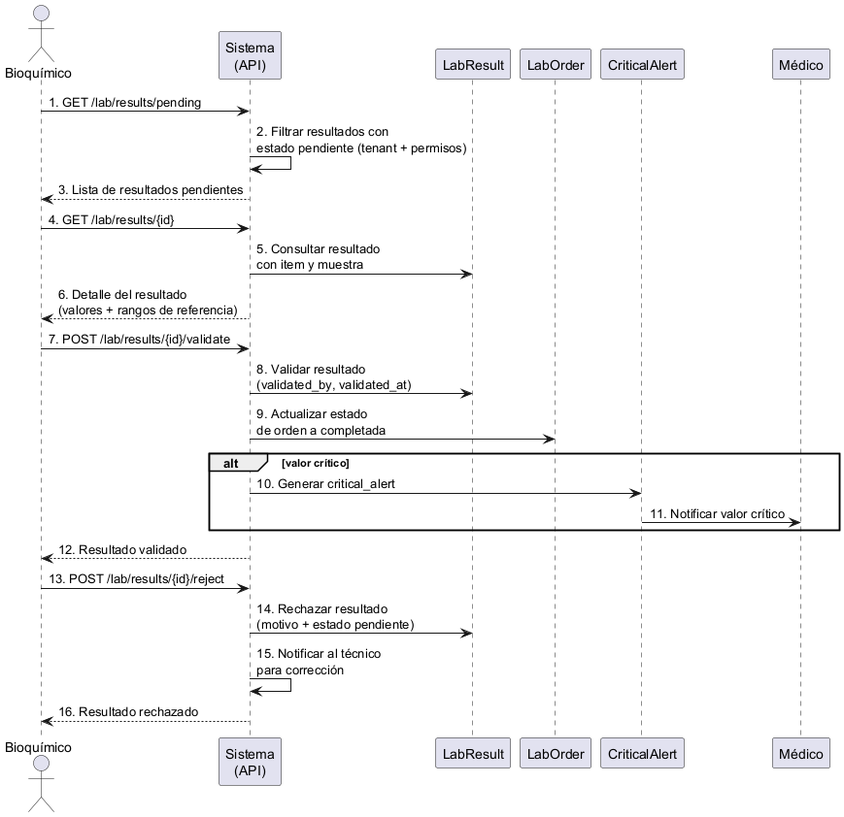
Earlier version of the PlantUML export docs/module-20/diagrama-secuencia.png (billybc/4-shi-medicos-especialidades-disponibilidad).
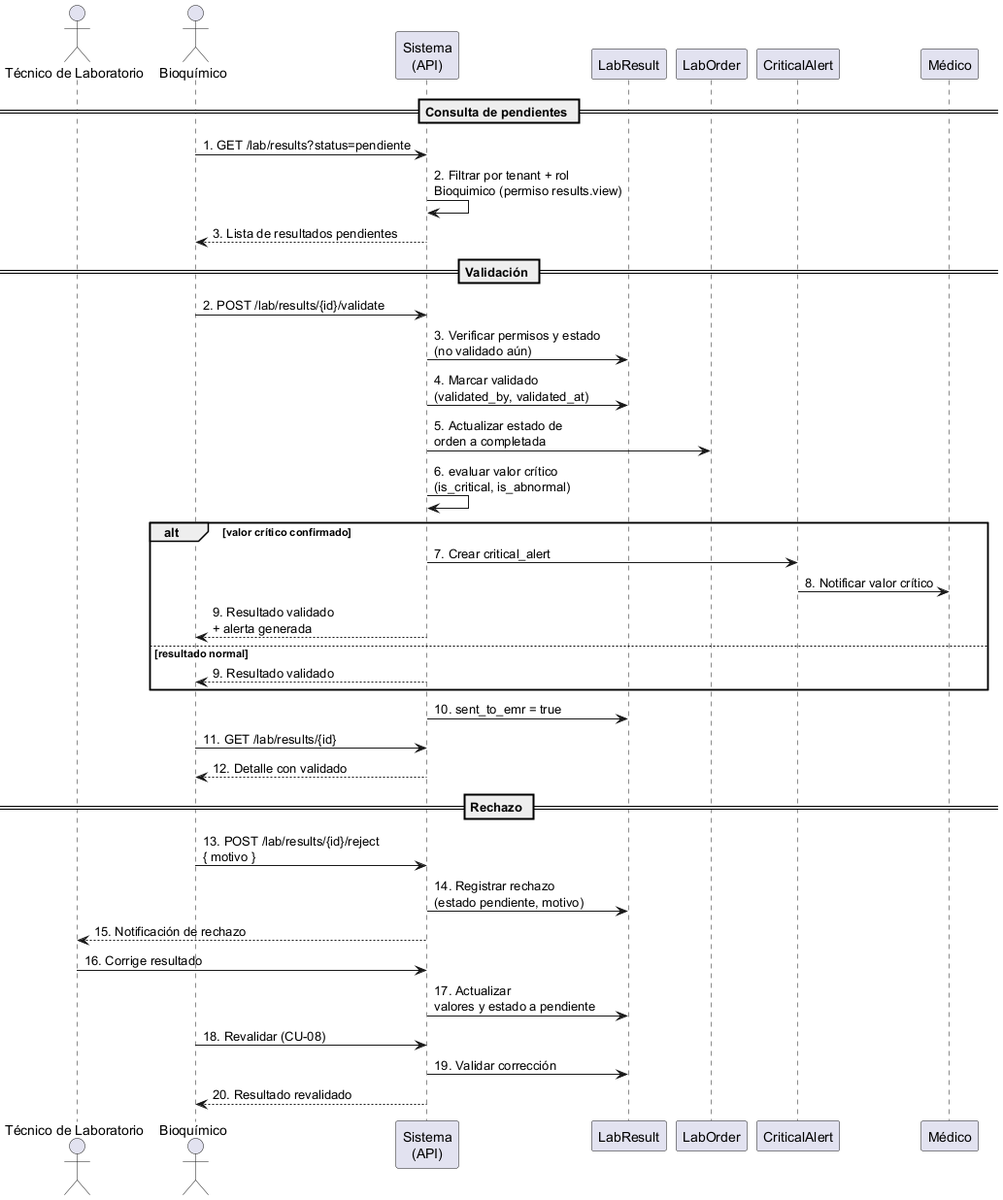
After the commit.

Change to the diagram source:
```diff
@@ -1,4 +1,5 @@
 @startuml
+actor "Técnico de Laboratorio" as tec
 actor "Bioquímico" as bio
 participant "Sistema\n(API)" as api
 participant "LabResult" as result
@@ -6,25 +7,35 @@
 participant "CriticalAlert" as alert
 participant "Médico" as med
 
-bio -> api : 1. GET /lab/results/pending
-api -> api : 2. Filtrar resultados con\nestado pendiente (tenant + permisos)
+== Consulta de pendientes ==
+bio -> api : 1. GET /lab/results?status=pendiente
+api -> api : 2. Filtrar por tenant + rol\nBioquimico (permiso results.view)
 api --> bio : 3. Lista de resultados pendientes
 
-bio -> api : 4. GET /lab/results/{id}
-api -> result : 5. Consultar resultado\ncon item y muestra
-api --> bio : 6. Detalle del resultado\n(valores + rangos de referencia)
+== Validación ==
+bio -> api : 2. POST /lab/results/{id}/validate
+api -> result : 3. Verificar permisos y estado\n(no validado aún)
+api -> result : 4. Marcar validado\n(validated_by, validated_at)
+api -> order : 5. Actualizar estado de\norden a completada
+api -> api : 6. evaluar valor crítico\n(is_critical, is_abnormal)
+alt valor crítico confirmado
+    api -> alert : 7. Crear critical_alert
+    alert -> med : 8. Notificar valor crítico
+    api --> bio : 9. Resultado validado\n+ alerta generada
+else resultado normal
+    api --> bio : 9. Resultado validado
+end
+api -> result : 10. sent_to_emr = true
+bio -> api : 11. GET /lab/results/{id}
+api --> bio : 12. Detalle con validado
 
-bio -> api : 7. POST /lab/results/{id}/validate
-api -> result : 8. Validar resultado\n(validated_by, validated_at)
-api -> order : 9. Actualizar estado\nde orden a completada
-alt valor crítico
-    api -> alert : 10. Generar critical_alert
-    alert -> med : 11. Notificar valor crítico
-end
-api --> bio : 12. Resultado validado
-
-bio -> api : 13. POST /lab/results/{id}/reject
-api -> result : 14. Rechazar resultado\n(motivo + estado pendiente)
-api -> api : 15. Notificar al técnico\npara corrección
-api --> bio : 16. Resultado rechazado
+== Rechazo ==
+bio -> api : 13. POST /lab/results/{id}/reject\n{ motivo }
+api -> result : 14. Registrar rechazo\n(estado pendiente, motivo)
+api --> tec : 15. Notificación de rechazo
+tec -> api : 16. Corrige resultado
+api -> result : 17. Actualizar\nvalores y estado a pendiente
+bio -> api : 18. Revalidar (CU-08)
+api -> result : 19. Validar corrección
+api --> bio : 20. Resultado revalidado
 @enduml
```
